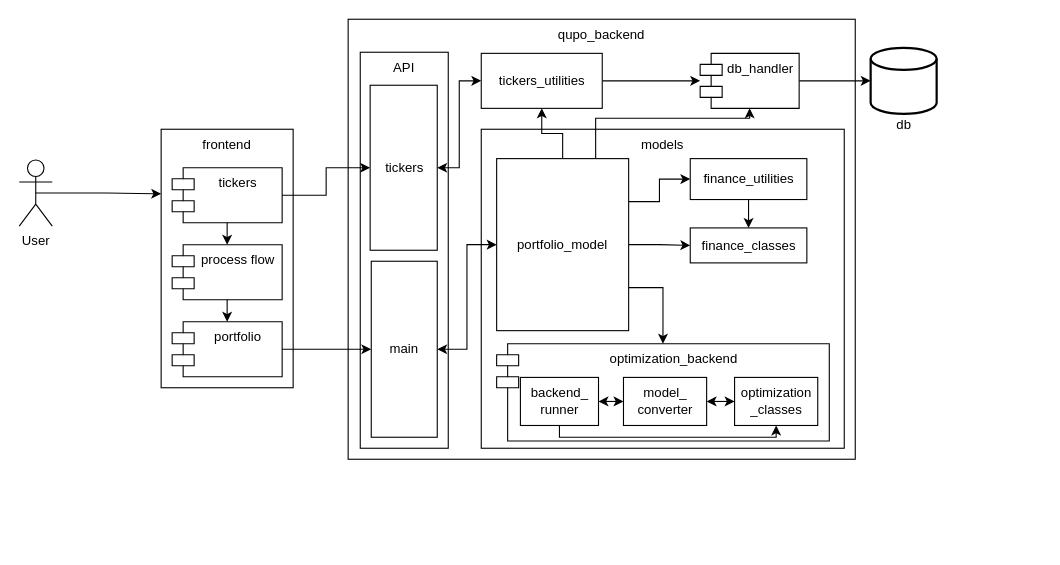
The draw.io diagram docs/arch/component_arch.drawio in openkfw/qupo, before the edit. Source tidied: cells renumbered, new cells numbered last; positions are measured from the earlier drawing's top-left corner, leaving out a move shared by most shapes. Both pictures are drawn from the tidied source at 110%, with x=0, y=0 at pixel (19, 19). Pictures stored in the file or linked from it are replaced by grey dashed boxes.
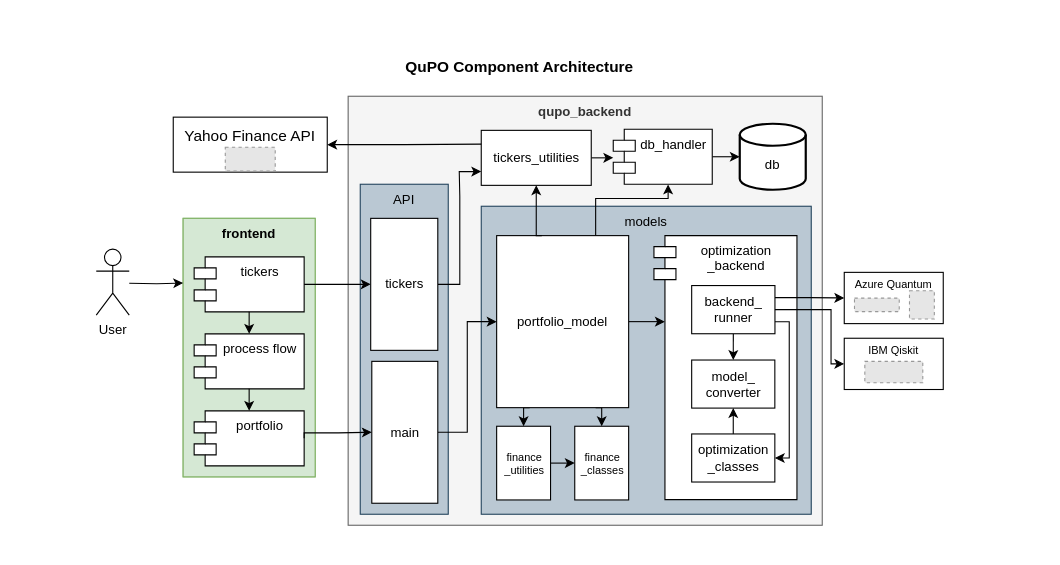
After the change.

The change refers to these unchanged cells:
```xml
<mxCell id="17" value="portfolio_model" style="rounded=0;whiteSpace=wrap;html=1;" parent="9" vertex="1">
  <mxGeometry x="14" y="26.7" width="120" height="156.4" as="geometry" />
</mxCell>
<mxCell id="32" value="portfolio" style="shape=module;align=left;spacingLeft=20;align=center;verticalAlign=top;" parent="27" vertex="1">
  <mxGeometry x="10" y="175" width="100" height="50" as="geometry" />
</mxCell>
```

Change to the diagram source:
```diff
@@
+    <mxCell id="45" value="&lt;font style=&quot;font-size: 14px;&quot;&gt;&lt;b&gt;QuPO Component Architecture&lt;/b&gt;&lt;/font&gt;" style="rounded=0;whiteSpace=wrap;html=1;verticalAlign=top;spacingTop=8;strokeColor=none;" parent="1" vertex="1">
+      <mxGeometry x="50" y="20" width="810" height="460" as="geometry" />
+    </mxCell>
-    <mxCell id="2" value="qupo_backend" style="rounded=0;whiteSpace=wrap;html=1;verticalAlign=top;" parent="1" vertex="1">
-      <mxGeometry x="299" width="461" height="400" as="geometry" />
+    <mxCell id="2" value="&lt;b&gt;qupo_backend&lt;/b&gt;" style="rounded=0;whiteSpace=wrap;html=1;verticalAlign=top;fillColor=#f5f5f5;fontColor=#333333;strokeColor=#666666;" parent="1" vertex="1">
+      <mxGeometry x="299" y="70" width="431" height="390" as="geometry" />
     </mxCell>
-    <mxCell id="3" value="API" style="rounded=0;whiteSpace=wrap;html=1;verticalAlign=top;" parent="1" vertex="1">
-      <mxGeometry x="310" y="30" width="80" height="360" as="geometry" />
+    <mxCell id="3" value="API" style="rounded=0;whiteSpace=wrap;html=1;verticalAlign=top;fillColor=#bac8d3;strokeColor=#23445d;" parent="1" vertex="1">
+      <mxGeometry x="310" y="150" width="80" height="300" as="geometry" />
     </mxCell>
-    <mxCell id="4" style="edgeStyle=orthogonalEdgeStyle;rounded=0;jettySize=auto;html=1;exitX=1;exitY=0.5;exitDx=0;exitDy=0;entryX=0;entryY=0.5;entryDx=0;entryDy=0;entryPerimeter=0;" parent="1" edge="1" source="5" target="7">
+    <mxCell id="4" style="edgeStyle=orthogonalEdgeStyle;rounded=0;jettySize=auto;html=1;exitX=1;exitY=0.5;exitDx=0;exitDy=0;entryX=0;entryY=0.5;entryDx=0;entryDy=0;entryPerimeter=0;fontSize=10;startArrow=none;startFill=0;endArrow=classic;endFill=1;" parent="1" edge="1" source="5" target="7">
       <mxGeometry relative="1" as="geometry" />
     </mxCell>
     <mxCell id="5" value="db_handler" style="shape=module;align=left;spacingLeft=20;align=center;verticalAlign=top;" parent="1" vertex="1">
-      <mxGeometry x="619" y="31" width="90" height="50" as="geometry" />
+      <mxGeometry x="540" y="100" width="90" height="50" as="geometry" />
     </mxCell>
     <mxCell id="6" style="group;" parent="1" vertex="1">
-      <mxGeometry x="769" y="26" width="70" height="85" as="geometry" />
+      <mxGeometry x="650" y="95" width="70" height="85" as="geometry" />
     </mxCell>
-    <mxCell id="7" style="strokeWidth=2;html=1;shape=mxgraph.flowchart.database;whiteSpace=wrap;" parent="6" vertex="1">
+    <mxCell id="7" value="&lt;br&gt;db" style="strokeWidth=2;html=1;shape=mxgraph.flowchart.database;whiteSpace=wrap;" parent="6" vertex="1">
       <mxGeometry x="5" width="60" height="60" as="geometry" />
     </mxCell>
-    <mxCell id="8" value="db" style="text;html=1;align=center;verticalAlign=middle;strokeColor=none;fillColor=none;" parent="6" vertex="1">
-      <mxGeometry x="15" y="55" width="40" height="30" as="geometry" />
-    </mxCell>
     <mxCell id="9" style="group;verticalAlign=top;" parent="1" vertex="1">
-      <mxGeometry x="420" y="100" width="380" height="300" as="geometry" />
+      <mxGeometry x="420" y="170" width="510" height="300" as="geometry" />
     </mxCell>
-    <mxCell id="10" value="models" style="rounded=0;whiteSpace=wrap;html=1;verticalAlign=top;" parent="9" vertex="1">
-      <mxGeometry width="330" height="290" as="geometry" />
+    <mxCell id="10" value="models" style="rounded=0;whiteSpace=wrap;html=1;verticalAlign=top;fillColor=#bac8d3;strokeColor=#23445d;" parent="9" vertex="1">
+      <mxGeometry width="300" height="280" as="geometry" />
     </mxCell>
-    <mxCell id="11" value="finance_classes" style="html=1;" parent="9" vertex="1">
-      <mxGeometry x="190" y="89.7" width="106" height="31.8" as="geometry" />
-    </mxCell>
-    <mxCell id="12" value="finance_utilities" style="html=1;" parent="9" vertex="1">
-      <mxGeometry x="190" y="26.7" width="106" height="37.2" as="geometry" />
-    </mxCell>
-    <mxCell id="13" style="edgeStyle=orthogonalEdgeStyle;rounded=0;jettySize=auto;html=1;exitX=0.5;exitY=1;exitDx=0;exitDy=0;entryX=0.5;entryY=0;entryDx=0;entryDy=0;startArrow=none;startFill=0;" parent="9" edge="1" source="12" target="11">
-      <mxGeometry relative="1" as="geometry" />
-    </mxCell>
+    <mxCell id="16" style="edgeStyle=orthogonalEdgeStyle;rounded=0;jettySize=auto;html=1;exitX=1;exitY=0.5;exitDx=0;exitDy=0;entryX=0.076;entryY=0.324;entryDx=0;entryDy=0;entryPerimeter=0;fontSize=10;startArrow=none;startFill=0;endArrow=classic;endFill=1;" parent="9" edge="1" source="17" target="19">
+      <mxGeometry relative="1" as="geometry" />
+    </mxCell>
-    <mxCell id="14" style="edgeStyle=orthogonalEdgeStyle;rounded=0;jettySize=auto;html=1;exitX=1;exitY=0.25;exitDx=0;exitDy=0;entryX=0;entryY=0.5;entryDx=0;entryDy=0;startArrow=none;startFill=0;" parent="9" edge="1" source="17" target="12">
+    <mxCell id="14" style="edgeStyle=orthogonalEdgeStyle;rounded=0;jettySize=auto;html=1;exitX=0.25;exitY=1;exitDx=0;exitDy=0;entryX=0.5;entryY=0;entryDx=0;entryDy=0;fontSize=10;startArrow=none;startFill=0;endArrow=classic;endFill=1;" parent="9" edge="1" source="17" target="12">
       <mxGeometry relative="1" as="geometry" />
     </mxCell>
-    <mxCell id="15" style="edgeStyle=orthogonalEdgeStyle;rounded=0;jettySize=auto;html=1;exitX=1;exitY=0.5;exitDx=0;exitDy=0;entryX=0;entryY=0.5;entryDx=0;entryDy=0;startArrow=none;startFill=0;" parent="9" edge="1" source="17" target="11">
+    <mxCell id="15" style="edgeStyle=orthogonalEdgeStyle;rounded=0;jettySize=auto;html=1;exitX=0.75;exitY=1;exitDx=0;exitDy=0;entryX=0.5;entryY=0;entryDx=0;entryDy=0;fontSize=10;startArrow=none;startFill=0;endArrow=classic;endFill=1;" parent="9" edge="1" source="17" target="11">
       <mxGeometry relative="1" as="geometry" />
     </mxCell>
-    <mxCell id="16" style="edgeStyle=orthogonalEdgeStyle;rounded=0;jettySize=auto;html=1;exitX=1;exitY=0.75;exitDx=0;exitDy=0;entryX=0.5;entryY=0;entryDx=0;entryDy=0;startArrow=none;startFill=0;" parent="9" edge="1" source="17" target="19">
-      <mxGeometry relative="1" as="geometry" />
-    </mxCell>
@@
+    <mxCell id="13" style="edgeStyle=orthogonalEdgeStyle;rounded=0;jettySize=auto;html=1;exitX=1;exitY=0.5;exitDx=0;exitDy=0;entryX=0;entryY=0.5;entryDx=0;entryDy=0;fontSize=10;startArrow=none;startFill=0;endArrow=classic;endFill=1;" parent="9" edge="1" source="12" target="11">
+      <mxGeometry relative="1" as="geometry" />
+    </mxCell>
+    <mxCell id="12" value="finance&lt;br style=&quot;font-size: 10px;&quot;&gt;_utilities" style="html=1;fontSize=10;" parent="9" vertex="1">
+      <mxGeometry x="14" y="200" width="49" height="67" as="geometry" />
+    </mxCell>
+    <mxCell id="11" value="finance&lt;br style=&quot;font-size: 10px;&quot;&gt;_classes" style="html=1;fontSize=10;" parent="9" vertex="1">
+      <mxGeometry x="85" y="200" width="49" height="67" as="geometry" />
+    </mxCell>
     <mxCell id="18" style="group;" parent="9" vertex="1">
-      <mxGeometry x="14" y="195" width="310" height="105" as="geometry" />
+      <mxGeometry x="167" y="26.7" width="323" height="250" as="geometry" />
     </mxCell>
-    <mxCell id="19" value="optimization_backend" style="shape=module;align=left;spacingLeft=20;align=center;verticalAlign=top;" parent="18" vertex="1">
-      <mxGeometry width="302.4" height="88.4" as="geometry" />
+    <mxCell id="19" value="optimization&#10;_backend" style="shape=module;align=left;spacingLeft=20;align=center;verticalAlign=top;" parent="18" vertex="1">
+      <mxGeometry x="-10" width="130" height="240" as="geometry" />
     </mxCell>
+    <mxCell id="24" style="edgeStyle=orthogonalEdgeStyle;rounded=0;jettySize=auto;html=1;exitX=0.5;exitY=1;exitDx=0;exitDy=0;entryX=0.5;entryY=0;entryDx=0;entryDy=0;fontSize=14;startArrow=none;startFill=0;endArrow=classic;endFill=1;" parent="18" edge="1" source="21" target="23">
+      <mxGeometry relative="1" as="geometry" />
+    </mxCell>
-    <mxCell id="20" style="edgeStyle=orthogonalEdgeStyle;rounded=0;jettySize=auto;html=1;exitX=0.5;exitY=1;exitDx=0;exitDy=0;entryX=0.5;entryY=1;entryDx=0;entryDy=0;startArrow=none;startFill=0;" parent="18" edge="1" source="21" target="25">
+    <mxCell id="20" style="edgeStyle=orthogonalEdgeStyle;rounded=0;jettySize=auto;html=1;exitX=1;exitY=0.75;exitDx=0;exitDy=0;entryX=1;entryY=0.5;entryDx=0;entryDy=0;fontSize=10;startArrow=none;startFill=0;endArrow=classic;endFill=1;" parent="18" edge="1" source="21" target="25">
       <mxGeometry relative="1" as="geometry">
         <Array as="points">
-          <mxPoint x="57" y="85" />
-          <mxPoint x="254" y="85" />
+          <mxPoint x="113" y="78" />
+          <mxPoint x="113" y="202" />
         </Array>
       </mxGeometry>
     </mxCell>
+    <mxCell id="46" style="edgeStyle=orthogonalEdgeStyle;rounded=0;jettySize=auto;html=1;exitX=1;exitY=0.25;exitDx=0;exitDy=0;entryX=0;entryY=0.5;entryDx=0;entryDy=0;fontSize=10;startArrow=none;startFill=0;endArrow=classic;endFill=1;" parent="18" edge="1" source="21" target="48">
+      <mxGeometry relative="1" as="geometry" />
+    </mxCell>
     <mxCell id="21" value="backend_&lt;br&gt;runner" style="html=1;" parent="18" vertex="1">
-      <mxGeometry x="21.6" y="30.6" width="71" height="43.7" as="geometry" />
+      <mxGeometry x="24.3" y="45.4" width="75.7" height="43.8" as="geometry" />
     </mxCell>
-    <mxCell id="22" style="edgeStyle=orthogonalEdgeStyle;rounded=0;jettySize=auto;html=1;exitX=1;exitY=0.5;exitDx=0;exitDy=0;entryX=0;entryY=0.5;entryDx=0;entryDy=0;startArrow=classic;startFill=1;" parent="18" edge="1" source="23" target="25">
+    <mxCell id="22" style="edgeStyle=orthogonalEdgeStyle;rounded=0;jettySize=auto;html=1;exitX=0.5;exitY=1;exitDx=0;exitDy=0;entryX=0.5;entryY=0;entryDx=0;entryDy=0;fontSize=10;startArrow=classic;startFill=1;endArrow=none;endFill=0;" parent="18" edge="1" source="23" target="25">
       <mxGeometry relative="1" as="geometry" />
     </mxCell>
     <mxCell id="23" value="model_&lt;br&gt;converter" style="html=1;" parent="18" vertex="1">
-      <mxGeometry x="115.3" y="30.6" width="75.6" height="43.7" as="geometry" />
+      <mxGeometry x="24.3" y="113.1" width="75.6" height="43.7" as="geometry" />
     </mxCell>
-    <mxCell id="24" style="edgeStyle=orthogonalEdgeStyle;rounded=0;jettySize=auto;html=1;exitX=1;exitY=0.5;exitDx=0;exitDy=0;entryX=0;entryY=0.5;entryDx=0;entryDy=0;startArrow=classic;startFill=1;" parent="18" edge="1" source="21" target="23">
-      <mxGeometry relative="1" as="geometry" />
-    </mxCell>
     <mxCell id="25" value="optimization&lt;br&gt;_classes" style="html=1;" parent="18" vertex="1">
-      <mxGeometry x="216.3" y="30.6" width="75.6" height="43.7" as="geometry" />
+      <mxGeometry x="24.3" y="180.3" width="75.6" height="43.7" as="geometry" />
     </mxCell>
-    <mxCell id="26" style="edgeStyle=orthogonalEdgeStyle;rounded=0;jettySize=auto;html=1;exitX=1;exitY=0.5;exitDx=0;exitDy=0;entryX=0;entryY=0.5;entryDx=0;entryDy=0;startArrow=none;startFill=0;entryPerimeter=0;" parent="1" edge="1" source="37" target="5">
-      <mxGeometry relative="1" as="geometry" />
-    </mxCell>
+    <mxCell id="47" style="group;" parent="18" vertex="1">
+      <mxGeometry x="163" y="33.4" width="90" height="46.6" as="geometry" />
+    </mxCell>
+    <mxCell id="48" value="Azure Quantum" style="rounded=0;whiteSpace=wrap;html=1;fontSize=10;spacingTop=-24;" parent="47" vertex="1">
+      <mxGeometry width="90" height="46.6" as="geometry" />
+    </mxCell>
+    <mxCell id="49" style="fillColor=#E6E6E6;strokeColor=#999999;dashed=1;verticalLabelPosition=bottom;labelBackgroundColor=default;verticalAlign=top;" parent="47" vertex="1">
+      <mxGeometry x="9.3" y="23.4" width="40.7" height="12.3" as="geometry" />
+    </mxCell>
+    <mxCell id="50" style="fillColor=#E6E6E6;strokeColor=#999999;dashed=1;verticalLabelPosition=bottom;labelBackgroundColor=default;verticalAlign=top;" parent="47" vertex="1">
+      <mxGeometry x="59.3" y="16.7" width="22.6" height="25.7" as="geometry" />
+    </mxCell>
-    <mxCell id="27" style="group;" parent="1" vertex="1">
-      <mxGeometry x="129" y="100" width="120" height="235" as="geometry" />
+    <mxCell id="27" style="group;fillColor=#d5e8d4;strokeColor=#82b366;" parent="1" vertex="1">
+      <mxGeometry x="149" y="181" width="120" height="235" as="geometry" />
     </mxCell>
-    <mxCell id="28" value="frontend" style="rounded=0;whiteSpace=wrap;html=1;verticalAlign=top;" parent="27" vertex="1">
+    <mxCell id="28" value="&lt;b&gt;frontend&lt;/b&gt;" style="rounded=0;whiteSpace=wrap;html=1;verticalAlign=top;fillColor=#d5e8d4;strokeColor=#82b366;" parent="27" vertex="1">
       <mxGeometry width="120" height="235" as="geometry" />
     </mxCell>
@@
-    <mxCell id="35" style="edgeStyle=orthogonalEdgeStyle;rounded=0;jettySize=auto;html=1;exitX=1;exitY=0.5;exitDx=0;exitDy=0;startArrow=classic;startFill=1;" parent="1" edge="1" source="36" target="37">
+    <mxCell id="35" style="edgeStyle=orthogonalEdgeStyle;rounded=0;jettySize=auto;html=1;exitX=1;exitY=0.5;exitDx=0;exitDy=0;entryX=0;entryY=0.75;entryDx=0;entryDy=0;startArrow=none;startFill=0;" parent="1" edge="1" source="36" target="37">
       <mxGeometry relative="1" as="geometry" />
     </mxCell>
     <mxCell id="36" value="tickers" style="html=1;" parent="1" vertex="1">
-      <mxGeometry x="319" y="60" width="61" height="150" as="geometry" />
+      <mxGeometry x="319.5" y="181" width="61" height="120" as="geometry" />
     </mxCell>
+    <mxCell id="51" style="edgeStyle=orthogonalEdgeStyle;rounded=0;jettySize=auto;html=1;exitX=1;exitY=0.5;exitDx=0;exitDy=0;fontSize=10;startArrow=none;startFill=0;endArrow=classic;endFill=1;" parent="1" edge="1" source="37">
+      <mxGeometry relative="1" as="geometry">
+        <mxPoint x="540" y="126" as="targetPoint" />
+      </mxGeometry>
+    </mxCell>
     <mxCell id="37" value="tickers_utilities" style="html=1;" parent="1" vertex="1">
-      <mxGeometry x="420" y="31" width="110" height="50" as="geometry" />
+      <mxGeometry x="420" y="101" width="100" height="50" as="geometry" />
     </mxCell>
-    <mxCell id="38" style="edgeStyle=orthogonalEdgeStyle;rounded=0;jettySize=auto;html=1;exitX=1;exitY=0.5;exitDx=0;exitDy=0;entryX=0;entryY=0.5;entryDx=0;entryDy=0;startArrow=classic;startFill=1;" parent="1" edge="1" source="39" target="17">
+    <mxCell id="38" style="edgeStyle=orthogonalEdgeStyle;rounded=0;jettySize=auto;html=1;exitX=1;exitY=0.5;exitDx=0;exitDy=0;entryX=0;entryY=0.5;entryDx=0;entryDy=0;startArrow=none;startFill=0;" parent="1" edge="1" source="39" target="17">
       <mxGeometry relative="1" as="geometry" />
     </mxCell>
     <mxCell id="39" value="main" style="rounded=0;whiteSpace=wrap;html=1;" parent="1" vertex="1">
-      <mxGeometry x="320" y="220" width="60" height="160" as="geometry" />
+      <mxGeometry x="320.5" y="311" width="60" height="129" as="geometry" />
     </mxCell>
-    <mxCell id="40" style="edgeStyle=orthogonalEdgeStyle;rounded=0;jettySize=auto;html=1;exitX=1;exitY=0.5;exitDx=0;exitDy=0;entryX=0;entryY=0.5;entryDx=0;entryDy=0;" parent="1" edge="1" source="32" target="39">
-      <mxGeometry relative="1" as="geometry" />
+    <mxCell id="40" style="edgeStyle=orthogonalEdgeStyle;rounded=0;jettySize=auto;html=1;exitX=1;exitY=0.5;exitDx=0;exitDy=0;entryX=0;entryY=0.5;entryDx=0;entryDy=0;startArrow=none;startFill=0;" parent="1" edge="1" source="32" target="39">
+      <mxGeometry relative="1" as="geometry">
+        <Array as="points">
+          <mxPoint x="259" y="376" />
+          <mxPoint x="290" y="376" />
+        </Array>
+      </mxGeometry>
     </mxCell>
-    <mxCell id="41" style="edgeStyle=orthogonalEdgeStyle;rounded=0;jettySize=auto;html=1;exitX=0.5;exitY=0;exitDx=0;exitDy=0;entryX=0.5;entryY=1;entryDx=0;entryDy=0;startArrow=none;startFill=0;" parent="1" edge="1" source="17" target="37">
-      <mxGeometry relative="1" as="geometry" />
+    <mxCell id="41" style="edgeStyle=orthogonalEdgeStyle;rounded=0;jettySize=auto;html=1;exitX=0.342;exitY=0;exitDx=0;exitDy=0;entryX=0.5;entryY=1;entryDx=0;entryDy=0;startArrow=none;startFill=0;exitPerimeter=0;" parent="1" edge="1" source="17" target="37">
+      <mxGeometry relative="1" as="geometry">
+        <Array as="points">
+          <mxPoint x="470" y="197" />
+        </Array>
+      </mxGeometry>
     </mxCell>
-    <mxCell id="42" style="edgeStyle=orthogonalEdgeStyle;rounded=0;jettySize=auto;html=1;exitX=0.5;exitY=0.5;exitDx=0;exitDy=0;exitPerimeter=0;entryX=0;entryY=0.25;entryDx=0;entryDy=0;startArrow=none;startFill=0;" parent="1" edge="1" source="43" target="28">
-      <mxGeometry relative="1" as="geometry" />
+    <mxCell id="42" style="edgeStyle=orthogonalEdgeStyle;rounded=0;jettySize=auto;html=1;entryX=0;entryY=0.25;entryDx=0;entryDy=0;startArrow=none;startFill=0;" parent="1" edge="1" target="28">
+      <mxGeometry relative="1" as="geometry">
+        <mxPoint x="100" y="240" as="sourcePoint" />
+      </mxGeometry>
     </mxCell>
     <mxCell id="43" value="User" style="shape=umlActor;verticalLabelPosition=bottom;verticalAlign=top;html=1;outlineConnect=0;" parent="1" vertex="1">
-      <mxGeometry y="128" width="30" height="60" as="geometry" />
+      <mxGeometry x="70" y="209" width="30" height="60" as="geometry" />
     </mxCell>
-    <mxCell id="44" style="edgeStyle=orthogonalEdgeStyle;rounded=0;jettySize=auto;html=1;exitX=0.75;exitY=0;exitDx=0;exitDy=0;entryX=0.5;entryY=1;entryDx=0;entryDy=0;" parent="1" edge="1" source="17" target="5">
+    <mxCell id="44" style="edgeStyle=orthogonalEdgeStyle;rounded=0;jettySize=auto;html=1;entryX=0.554;entryY=1.003;entryDx=0;entryDy=0;entryPerimeter=0;exitX=0.75;exitY=0;exitDx=0;exitDy=0;" parent="1" edge="1" source="17" target="5">
       <mxGeometry relative="1" as="geometry">
         <Array as="points">
-          <mxPoint x="524" y="90" />
-          <mxPoint x="664" y="90" />
+          <mxPoint x="524" y="163" />
+          <mxPoint x="590" y="163" />
         </Array>
       </mxGeometry>
     </mxCell>
+    <mxCell id="52" style="group;" parent="1" vertex="1">
+      <mxGeometry x="140" y="89" width="140" height="50" as="geometry" />
+    </mxCell>
+    <mxCell id="53" value="Yahoo Finance API" style="rounded=0;whiteSpace=wrap;html=1;fontSize=14;spacingTop=-16;" parent="52" vertex="1">
+      <mxGeometry width="140" height="50" as="geometry" />
+    </mxCell>
+    <mxCell id="54" style="fillColor=#E6E6E6;strokeColor=#999999;dashed=1;verticalLabelPosition=bottom;labelBackgroundColor=default;verticalAlign=top;" parent="52" vertex="1">
+      <mxGeometry x="47.3" y="27.4" width="45.4" height="21.6" as="geometry" />
+    </mxCell>
+    <mxCell id="55" style="edgeStyle=orthogonalEdgeStyle;rounded=0;jettySize=auto;html=1;exitX=1;exitY=0.5;exitDx=0;exitDy=0;entryX=0;entryY=0.25;entryDx=0;entryDy=0;fontSize=14;startArrow=classic;startFill=1;endArrow=none;endFill=0;" parent="1" edge="1" source="53" target="37">
+      <mxGeometry relative="1" as="geometry" />
+    </mxCell>
+    <mxCell id="56" style="group;" parent="1" vertex="1">
+      <mxGeometry x="750" y="290" width="90" height="46.6" as="geometry" />
+    </mxCell>
+    <mxCell id="57" value="IBM Qiskit" style="rounded=0;whiteSpace=wrap;html=1;fontSize=10;spacingTop=-24;" parent="56" vertex="1">
+      <mxGeometry width="90" height="46.6" as="geometry" />
+    </mxCell>
+    <mxCell id="58" style="fillColor=#E6E6E6;strokeColor=#999999;dashed=1;verticalLabelPosition=bottom;labelBackgroundColor=default;verticalAlign=top;" parent="56" vertex="1">
+      <mxGeometry x="18.7" y="21" width="52.7" height="19.4" as="geometry" />
+    </mxCell>
+    <mxCell id="59" style="edgeStyle=orthogonalEdgeStyle;rounded=0;jettySize=auto;html=1;exitX=1;exitY=0.5;exitDx=0;exitDy=0;entryX=0;entryY=0.5;entryDx=0;entryDy=0;fontSize=10;startArrow=none;startFill=0;endArrow=classic;endFill=1;" parent="1" edge="1" source="21" target="57">
+      <mxGeometry relative="1" as="geometry">
+        <Array as="points">
+          <mxPoint x="738" y="264" />
+          <mxPoint x="738" y="313" />
+        </Array>
+      </mxGeometry>
+    </mxCell>
```
